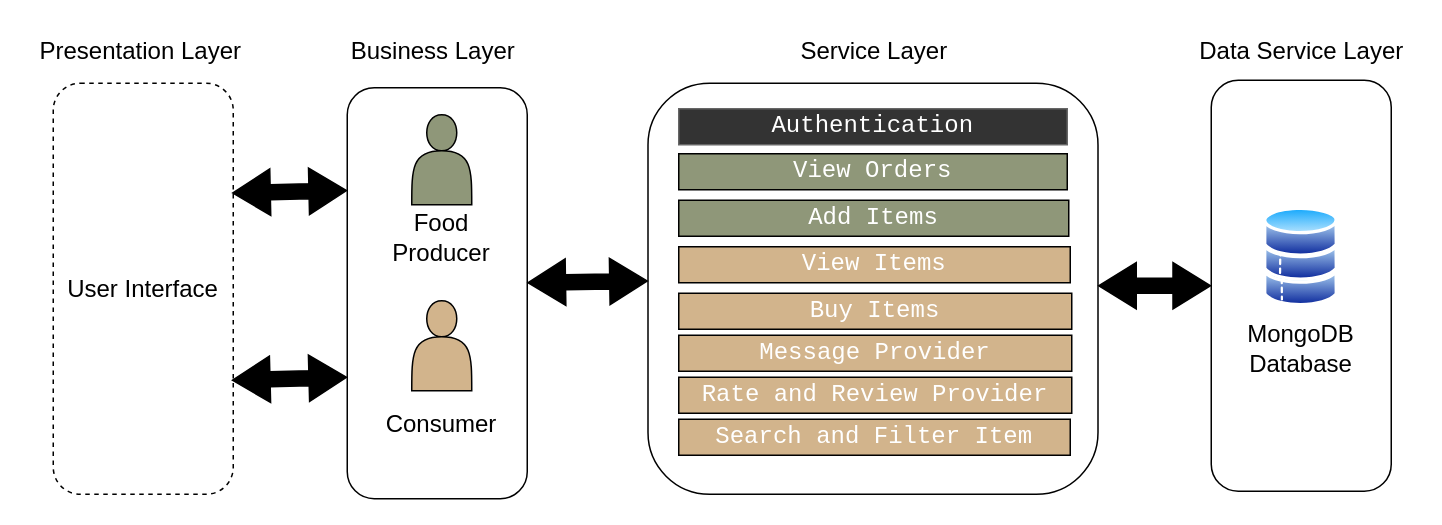
The draw.io diagram page "Page-1" (1 of 4) of main.drawio in nisarggandhi21/Taste-of-Home, before the edit. Source tidied: cells renumbered, new cells numbered last; positions are measured from the earlier drawing's top-left corner, leaving out a move shared by most shapes. Both pictures are drawn from the tidied source at 150%, with x=0, y=0 at pixel (26, 26).
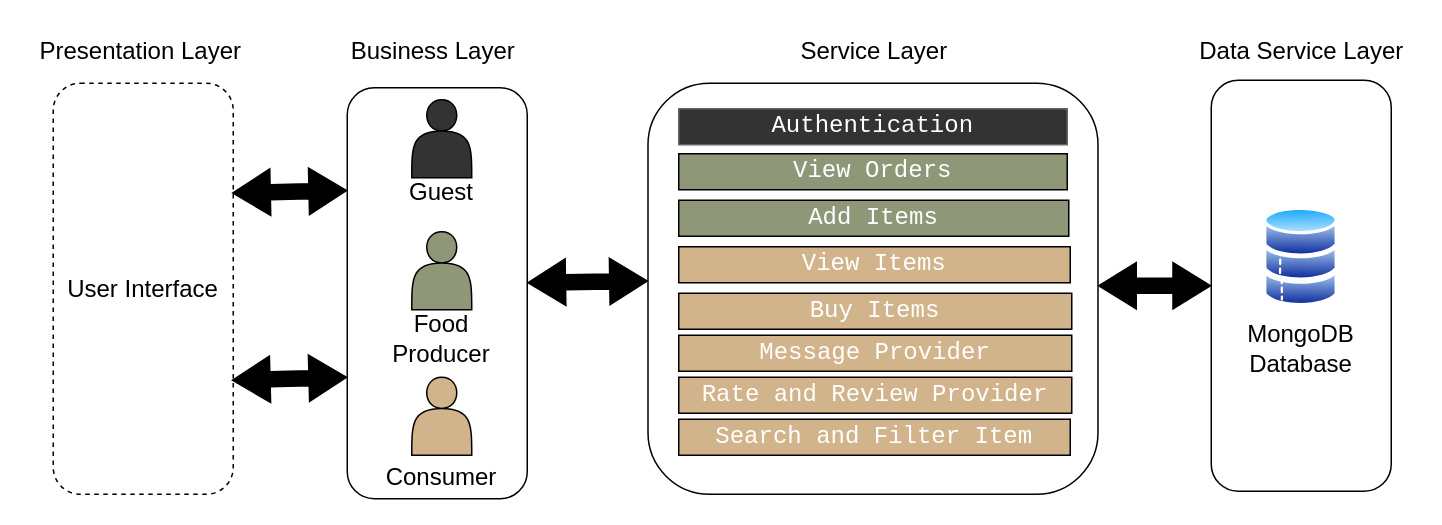
After the change.

Change to the diagram source:
```diff
@@
     <mxCell id="11" style="shape=actor;whiteSpace=wrap;html=1;fontSize=16;fillColor=#8f9779;" parent="1" vertex="1">
-      <mxGeometry x="257" y="59" width="40" height="60" as="geometry" />
+      <mxGeometry x="257" y="137" width="40" height="52" as="geometry" />
     </mxCell>
     <mxCell id="12" style="shape=actor;whiteSpace=wrap;html=1;fontSize=16;gradientColor=none;fillColor=#d2b48c;" parent="1" vertex="1">
-      <mxGeometry x="257" y="183" width="40" height="60" as="geometry" />
+      <mxGeometry x="257" y="234" width="40" height="52" as="geometry" />
     </mxCell>
     <mxCell id="13" value="Consumer" style="text;html=1;strokeColor=none;fillColor=none;align=center;verticalAlign=middle;whiteSpace=wrap;rounded=0;fontSize=16;" parent="1" vertex="1">
-      <mxGeometry x="247" y="250" width="60" height="30" as="geometry" />
+      <mxGeometry x="247" y="285" width="60" height="30" as="geometry" />
     </mxCell>
     <mxCell id="14" value="Food Producer" style="text;html=1;strokeColor=none;fillColor=none;align=center;verticalAlign=middle;whiteSpace=wrap;rounded=0;fontSize=16;" parent="1" vertex="1">
-      <mxGeometry x="247" y="126" width="60" height="30" as="geometry" />
+      <mxGeometry x="247" y="193" width="60" height="30" as="geometry" />
     </mxCell>
@@
+    <mxCell id="30" style="shape=actor;whiteSpace=wrap;html=1;fontSize=16;fillColor=#333333;" parent="1" vertex="1">
+      <mxGeometry x="257" y="49" width="40" height="52" as="geometry" />
+    </mxCell>
+    <mxCell id="31" value="Guest" style="text;html=1;strokeColor=none;fillColor=none;align=center;verticalAlign=middle;whiteSpace=wrap;rounded=0;fontSize=16;" parent="1" vertex="1">
+      <mxGeometry x="247" y="95" width="60" height="30" as="geometry" />
+    </mxCell>
```
